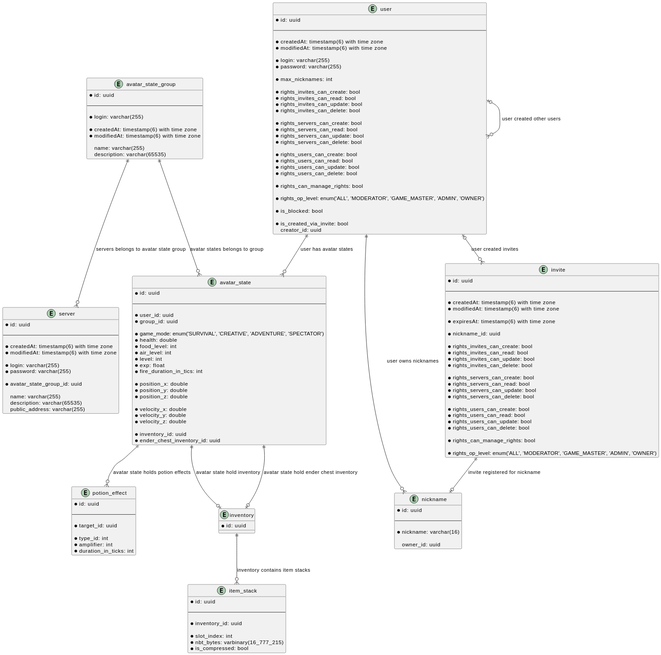
Earlier version of the PlantUML export server/docs/db.svg (Maksim2498/poms).
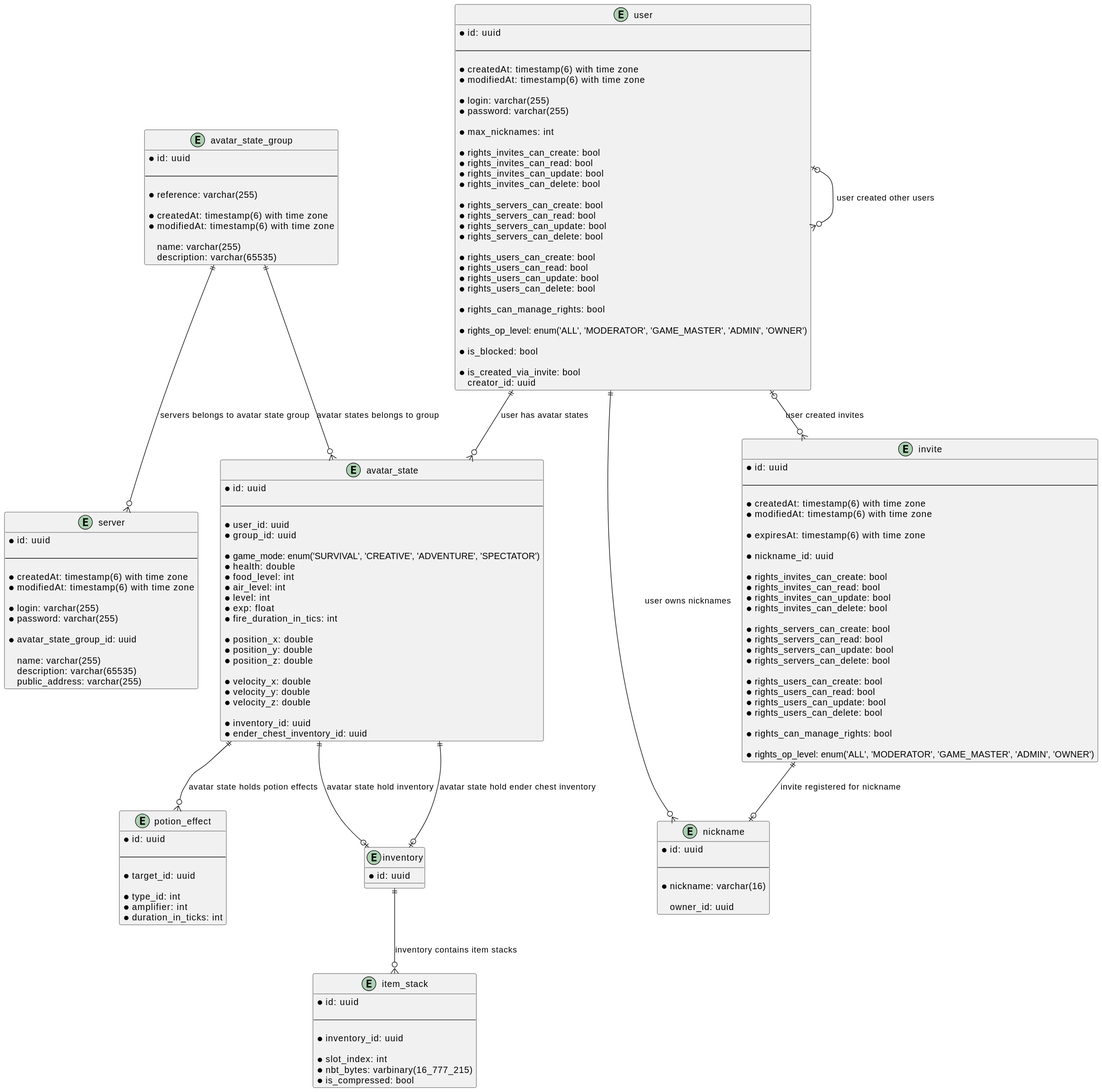
Above is the later version.

Change to the diagram source:
```diff
@@ -32,7 +32,7 @@
 
     --
 
-    * login: varchar(255)
+    * reference: varchar(255)
 
     * createdAt: timestamp(6) with time zone
     * modifiedAt: timestamp(6) with time zone
```
